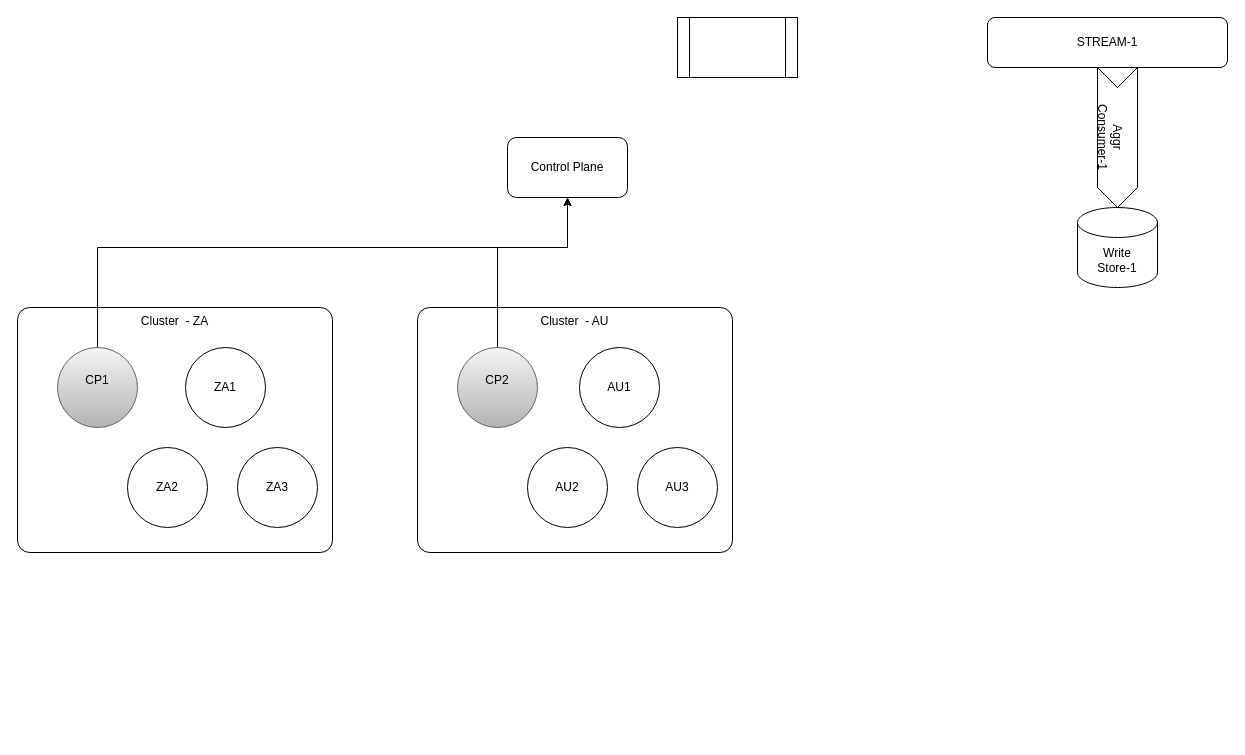
Earlier version of the draw.io diagram page "JetStream" (4 of 4) of demos/01-dictionary/docs/v3-architecture/linebookerv3-arch.drawio (jthomas78/nats-tech-lab). Source tidied: cells renumbered, new cells numbered last; positions are measured from the earlier drawing's top-left corner, leaving out a move shared by most shapes. Both pictures are drawn from the tidied source at 100%, with x=0, y=0 at pixel (17, 17).
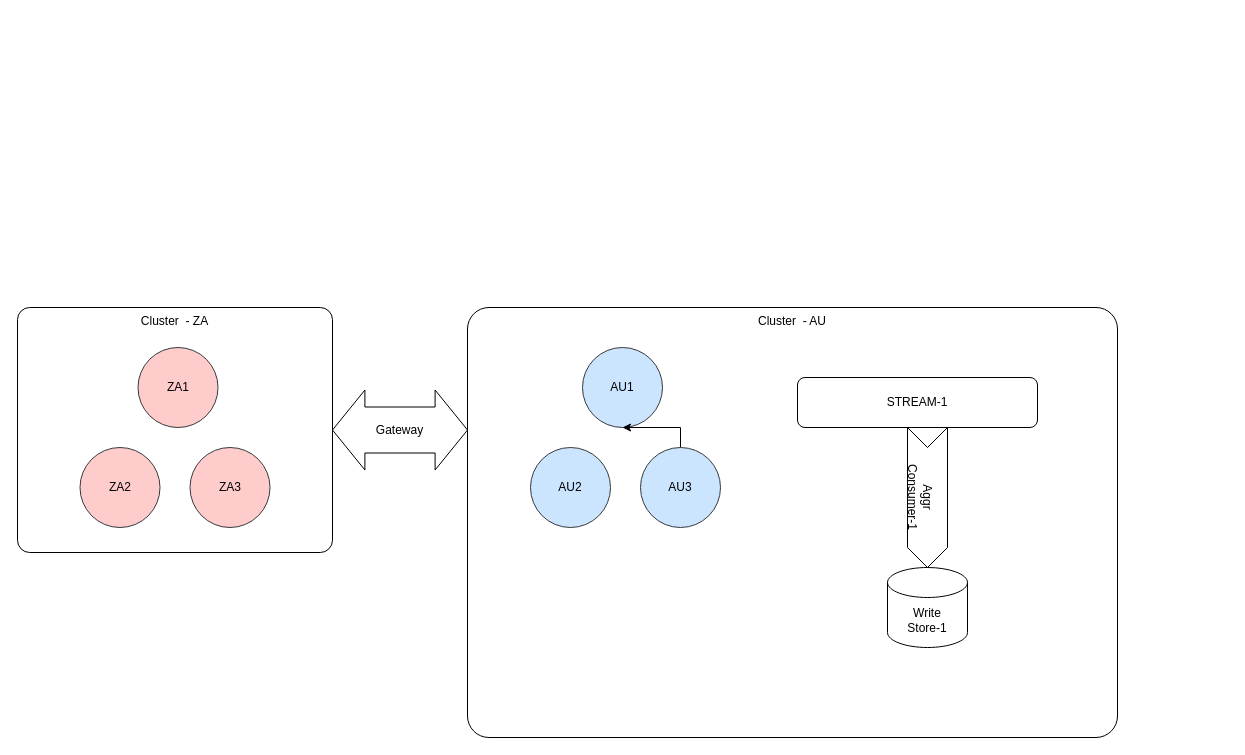
Above is the later version.

The edit, as a diff of the source:
```diff
@@
-    <mxCell id="3" style="edgeStyle=orthogonalEdgeStyle;rounded=0;jettySize=auto;html=1;" parent="1" edge="1" source="4" target="5">
-      <mxGeometry relative="1" as="geometry">
-        <Array as="points">
-          <mxPoint x="80" y="230" />
-          <mxPoint x="550" y="230" />
-        </Array>
-      </mxGeometry>
-    </mxCell>
-    <mxCell id="4" value="CP1&lt;div&gt;&lt;br/&gt;&lt;/div&gt;" style="ellipse;whiteSpace=wrap;html=1;shapeInside=1;fillColor=#f5f5f5;gradientColor=#b3b3b3;strokeColor=#666666;" parent="1" vertex="1">
-      <mxGeometry x="40" y="330" width="80" height="80" as="geometry" />
-    </mxCell>
-    <mxCell id="5" value="Control Plane" style="rounded=1;whiteSpace=wrap;html=1;" parent="1" vertex="1">
-      <mxGeometry x="490" y="120" width="120" height="60" as="geometry" />
-    </mxCell>
-    <mxCell id="6" value="ZA1" style="ellipse;whiteSpace=wrap;html=1;shapeInside=1;" parent="1" vertex="1">
-      <mxGeometry x="168" y="330" width="80" height="80" as="geometry" />
+    <mxCell id="6" value="ZA1" style="ellipse;whiteSpace=wrap;html=1;shapeInside=1;fillColor=#ffcccc;strokeColor=#36393d;" parent="1" vertex="1">
+      <mxGeometry x="120.5" y="330" width="80" height="80" as="geometry" />
     </mxCell>
-    <mxCell id="7" value="ZA2" style="ellipse;whiteSpace=wrap;html=1;shapeInside=1;" parent="1" vertex="1">
-      <mxGeometry x="110" y="430" width="80" height="80" as="geometry" />
+    <mxCell id="7" value="ZA2" style="ellipse;whiteSpace=wrap;html=1;shapeInside=1;fillColor=#ffcccc;strokeColor=#36393d;" parent="1" vertex="1">
+      <mxGeometry x="62.5" y="430" width="80" height="80" as="geometry" />
     </mxCell>
     <mxCell id="8" value="Cluster&amp;nbsp; - AU" style="rounded=1;whiteSpace=wrap;html=1;arcSize=5;verticalAlign=top;" parent="1" vertex="1">
-      <mxGeometry x="400" y="290" width="315" height="245" as="geometry" />
+      <mxGeometry x="450" y="290" width="650" height="430" as="geometry" />
     </mxCell>
-    <mxCell id="9" value="CP2&lt;div&gt;&lt;br&gt;&lt;/div&gt;" style="ellipse;whiteSpace=wrap;html=1;shapeInside=1;fillColor=#f5f5f5;gradientColor=#b3b3b3;strokeColor=#666666;" parent="1" vertex="1">
-      <mxGeometry x="440" y="330" width="80" height="80" as="geometry" />
-    </mxCell>
-    <mxCell id="10" value="AU1" style="ellipse;whiteSpace=wrap;html=1;shapeInside=1;" parent="1" vertex="1">
-      <mxGeometry x="562" y="330" width="80" height="80" as="geometry" />
+    <mxCell id="10" value="AU1" style="ellipse;whiteSpace=wrap;html=1;shapeInside=1;fillColor=#cce5ff;strokeColor=#36393d;" parent="1" vertex="1">
+      <mxGeometry x="565" y="330" width="80" height="80" as="geometry" />
     </mxCell>
-    <mxCell id="11" value="AU2" style="ellipse;whiteSpace=wrap;html=1;shapeInside=1;" parent="1" vertex="1">
-      <mxGeometry x="510" y="430" width="80" height="80" as="geometry" />
+    <mxCell id="11" value="AU2" style="ellipse;whiteSpace=wrap;html=1;shapeInside=1;fillColor=#cce5ff;strokeColor=#36393d;" parent="1" vertex="1">
+      <mxGeometry x="513" y="430" width="80" height="80" as="geometry" />
     </mxCell>
-    <mxCell id="12" style="edgeStyle=orthogonalEdgeStyle;rounded=0;jettySize=auto;html=1;exitX=0.5;exitY=0;exitDx=0;exitDy=0;" parent="1" edge="1" source="9" target="5">
-      <mxGeometry relative="1" as="geometry">
-        <Array as="points">
-          <mxPoint x="480" y="230" />
-          <mxPoint x="550" y="230" />
-        </Array>
-      </mxGeometry>
-    </mxCell>
-    <mxCell id="13" value="ZA3" style="ellipse;whiteSpace=wrap;html=1;shapeInside=1;" parent="1" vertex="1">
-      <mxGeometry x="220" y="430" width="80" height="80" as="geometry" />
+    <mxCell id="13" value="ZA3" style="ellipse;whiteSpace=wrap;html=1;shapeInside=1;fillColor=#ffcccc;strokeColor=#36393d;" parent="1" vertex="1">
+      <mxGeometry x="172.5" y="430" width="80" height="80" as="geometry" />
     </mxCell>
+    <mxCell id="19" style="edgeStyle=orthogonalEdgeStyle;rounded=0;jettySize=auto;html=1;" parent="1" edge="1" source="14" target="10">
+      <mxGeometry relative="1" as="geometry" />
+    </mxCell>
-    <mxCell id="14" value="AU3" style="ellipse;whiteSpace=wrap;html=1;shapeInside=1;" parent="1" vertex="1">
-      <mxGeometry x="620" y="430" width="80" height="80" as="geometry" />
+    <mxCell id="14" value="AU3" style="ellipse;whiteSpace=wrap;html=1;shapeInside=1;fillColor=#cce5ff;strokeColor=#36393d;" parent="1" vertex="1">
+      <mxGeometry x="623" y="430" width="80" height="80" as="geometry" />
     </mxCell>
     <mxCell id="15" value="STREAM-1" style="rounded=1;whiteSpace=wrap;html=1;" parent="1" vertex="1">
-      <mxGeometry x="970" width="240" height="50" as="geometry" />
+      <mxGeometry x="780" y="360" width="240" height="50" as="geometry" />
     </mxCell>
     <mxCell id="16" value="Write&lt;br&gt;Store-1" style="shape=cylinder3;whiteSpace=wrap;html=1;boundedLbl=1;backgroundOutline=1;size=15;" parent="1" vertex="1">
-      <mxGeometry x="1060" y="190" width="80" height="80" as="geometry" />
+      <mxGeometry x="870" y="550" width="80" height="80" as="geometry" />
     </mxCell>
-    <mxCell id="17" style="shape=process;whiteSpace=wrap;html=1;backgroundOutline=1;" parent="1" vertex="1">
-      <mxGeometry x="660" width="120" height="60" as="geometry" />
-    </mxCell>
     <mxCell id="18" value="&lt;br&gt;Aggr&lt;br&gt;Consumer-1" style="shape=step;perimeter=stepPerimeter;whiteSpace=wrap;html=1;shapeInside=1;fixedSize=1;rotation=90;" parent="1" vertex="1">
-      <mxGeometry x="1030" y="100" width="140" height="40" as="geometry" />
+      <mxGeometry x="840" y="460" width="140" height="40" as="geometry" />
     </mxCell>
+    <mxCell id="20" value="Gateway" style="shape=doubleArrow;whiteSpace=wrap;html=1;arrowWidth=0.575;arrowSize=0.24;" parent="1" vertex="1">
+      <mxGeometry x="315" y="372.5" width="135" height="80" as="geometry" />
+    </mxCell>
```
